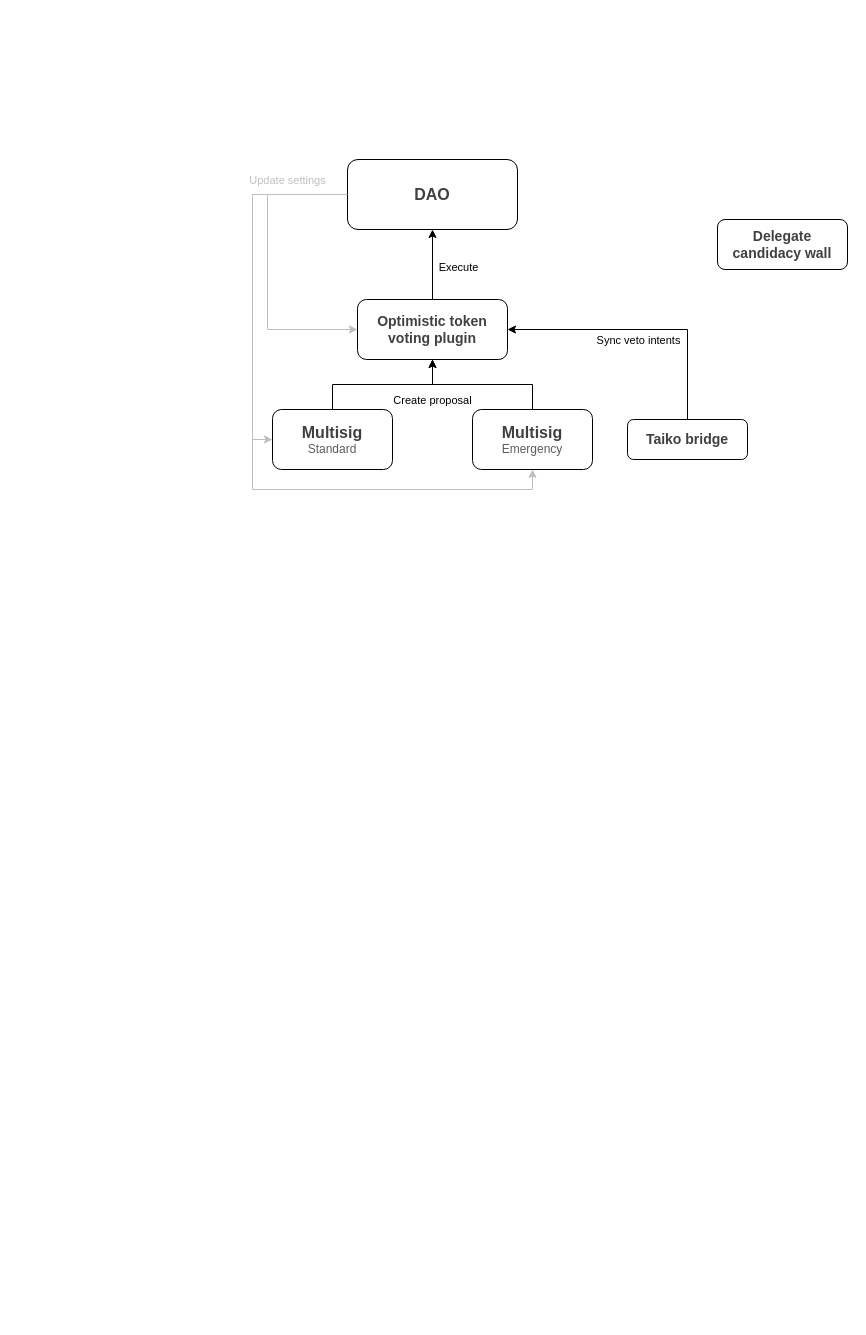
Above: page "General" (1 of 6) of dao-flows.drawio in aragon/taiko-contracts (draw.io), before the change. Source tidied: cells renumbered, new cells numbered last; positions are measured from the earlier drawing's top-left corner, leaving out a move shared by most shapes. Both pictures are drawn from the tidied source at 100%, with x=0, y=0 at pixel (252, 159).
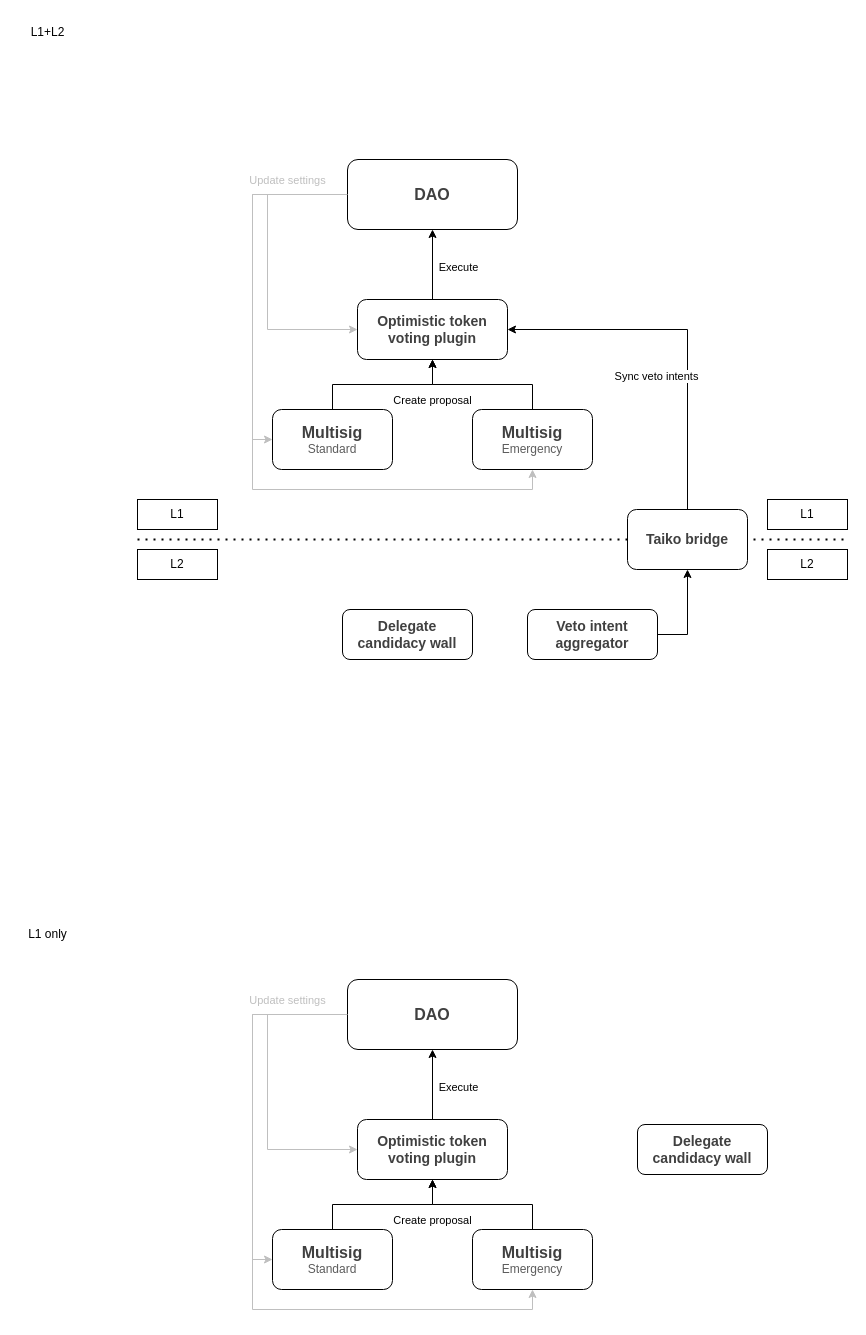
The same diagram, later.

The edit, as a diff of the source:
```diff
@@
-    <mxCell id="16" value="&lt;font size=&quot;1&quot; color=&quot;#404040&quot; style=&quot;&quot;&gt;&lt;b style=&quot;font-size: 14px;&quot;&gt;Taiko bridge&lt;/b&gt;&lt;/font&gt;" style="rounded=1;whiteSpace=wrap;html=1;" parent="1" vertex="1">
-      <mxGeometry x="375" y="260" width="120" height="40" as="geometry" />
-    </mxCell>
     <mxCell id="17" value="&lt;font size=&quot;1&quot; color=&quot;#404040&quot; style=&quot;&quot;&gt;&lt;b style=&quot;font-size: 14px;&quot;&gt;Delegate candidacy wall&lt;/b&gt;&lt;/font&gt;" style="rounded=1;whiteSpace=wrap;html=1;" parent="1" vertex="1">
-      <mxGeometry x="465" y="60" width="130" height="50" as="geometry" />
+      <mxGeometry x="90" y="450" width="130" height="50" as="geometry" />
     </mxCell>
@@
+    <mxCell id="19" style="edgeStyle=orthogonalEdgeStyle;rounded=0;jettySize=auto;html=1;entryX=0.5;entryY=1;entryDx=0;entryDy=0;" parent="1" edge="1" source="20" target="16">
+      <mxGeometry relative="1" as="geometry">
+        <Array as="points">
+          <mxPoint x="435" y="475" />
+        </Array>
+      </mxGeometry>
+    </mxCell>
+    <mxCell id="20" value="&lt;font size=&quot;1&quot; color=&quot;#404040&quot; style=&quot;&quot;&gt;&lt;b style=&quot;font-size: 14px;&quot;&gt;Veto intent aggregator&lt;/b&gt;&lt;/font&gt;" style="rounded=1;whiteSpace=wrap;html=1;" parent="1" vertex="1">
+      <mxGeometry x="275" y="450" width="130" height="50" as="geometry" />
+    </mxCell>
+    <mxCell id="21" style="endArrow=none;dashed=1;html=1;dashPattern=1 3;strokeWidth=2;rounded=0;" parent="1" edge="1">
+      <mxGeometry relative="1" as="geometry">
+        <mxPoint x="-115" y="380" as="sourcePoint" />
+        <mxPoint x="595" y="380" as="targetPoint" />
+      </mxGeometry>
+    </mxCell>
+    <mxCell id="22" value="L1" style="rounded=0;whiteSpace=wrap;html=1;" parent="1" vertex="1">
+      <mxGeometry x="-115" y="340" width="80" height="30" as="geometry" />
+    </mxCell>
+    <mxCell id="23" value="L2" style="rounded=0;whiteSpace=wrap;html=1;" parent="1" vertex="1">
+      <mxGeometry x="-115" y="390" width="80" height="30" as="geometry" />
+    </mxCell>
+    <mxCell id="24" value="L1" style="rounded=0;whiteSpace=wrap;html=1;" parent="1" vertex="1">
+      <mxGeometry x="515" y="340" width="80" height="30" as="geometry" />
+    </mxCell>
+    <mxCell id="25" value="L2" style="rounded=0;whiteSpace=wrap;html=1;" parent="1" vertex="1">
+      <mxGeometry x="515" y="390" width="80" height="30" as="geometry" />
+    </mxCell>
+    <mxCell id="16" value="&lt;font size=&quot;1&quot; color=&quot;#404040&quot; style=&quot;&quot;&gt;&lt;b style=&quot;font-size: 14px;&quot;&gt;Taiko bridge&lt;/b&gt;&lt;/font&gt;" style="rounded=1;whiteSpace=wrap;html=1;" parent="1" vertex="1">
+      <mxGeometry x="375" y="350" width="120" height="60" as="geometry" />
+    </mxCell>
+    <mxCell id="26" style="edgeStyle=orthogonalEdgeStyle;rounded=0;jettySize=auto;html=1;entryX=0;entryY=0.5;entryDx=0;entryDy=0;exitX=0;exitY=0.5;exitDx=0;exitDy=0;strokeColor=#bfbfbf;" parent="1" edge="1" source="29" target="34">
+      <mxGeometry relative="1" as="geometry">
+        <Array as="points">
+          <mxPoint y="855" />
+          <mxPoint y="1100" />
+        </Array>
+      </mxGeometry>
+    </mxCell>
+    <mxCell id="27" style="edgeStyle=orthogonalEdgeStyle;rounded=0;jettySize=auto;html=1;exitX=0;exitY=0.5;exitDx=0;exitDy=0;entryX=0;entryY=0.5;entryDx=0;entryDy=0;strokeColor=#bfbfbf;" parent="1" edge="1" source="29" target="32">
+      <mxGeometry relative="1" as="geometry">
+        <Array as="points">
+          <mxPoint x="15" y="855" />
+          <mxPoint x="15" y="990" />
+        </Array>
+      </mxGeometry>
+    </mxCell>
+    <mxCell id="28" value="&lt;font color=&quot;#bfbfbf&quot;&gt;Update settings&lt;/font&gt;" style="edgeLabel;html=1;align=center;verticalAlign=middle;" parent="27" vertex="1">
+      <mxGeometry x="-0.55" y="-2" relative="1" as="geometry">
+        <mxPoint x="8" y="-13" as="offset" />
+      </mxGeometry>
+    </mxCell>
+    <mxCell id="29" value="&lt;font size=&quot;1&quot; color=&quot;#404040&quot; style=&quot;&quot;&gt;&lt;b style=&quot;font-size: 16px;&quot;&gt;DAO&lt;/b&gt;&lt;/font&gt;" style="rounded=1;whiteSpace=wrap;html=1;" parent="1" vertex="1">
+      <mxGeometry x="95" y="820" width="170" height="70" as="geometry" />
+    </mxCell>
+    <mxCell id="30" style="edgeStyle=orthogonalEdgeStyle;rounded=0;jettySize=auto;html=1;entryX=0.5;entryY=1;entryDx=0;entryDy=0;" parent="1" edge="1" source="32" target="29">
+      <mxGeometry relative="1" as="geometry" />
+    </mxCell>
+    <mxCell id="31" value="Execute" style="edgeLabel;html=1;align=center;verticalAlign=middle;" parent="30" vertex="1">
+      <mxGeometry x="-0.06" y="-1" relative="1" as="geometry">
+        <mxPoint x="24" as="offset" />
+      </mxGeometry>
+    </mxCell>
+    <mxCell id="32" value="&lt;font size=&quot;1&quot; color=&quot;#404040&quot; style=&quot;&quot;&gt;&lt;b style=&quot;font-size: 14px;&quot;&gt;Optimistic token voting plugin&lt;/b&gt;&lt;/font&gt;" style="rounded=1;whiteSpace=wrap;html=1;" parent="1" vertex="1">
+      <mxGeometry x="105" y="960" width="150" height="60" as="geometry" />
+    </mxCell>
+    <mxCell id="33" style="edgeStyle=orthogonalEdgeStyle;rounded=0;jettySize=auto;html=1;exitX=0.5;exitY=0;exitDx=0;exitDy=0;entryX=0.5;entryY=1;entryDx=0;entryDy=0;" parent="1" edge="1" source="34" target="32">
+      <mxGeometry relative="1" as="geometry" />
+    </mxCell>
+    <mxCell id="34" value="&lt;font size=&quot;1&quot; color=&quot;#404040&quot; style=&quot;&quot;&gt;&lt;b style=&quot;font-size: 16px;&quot;&gt;Multisig&lt;/b&gt;&lt;/font&gt;&lt;div&gt;&lt;font color=&quot;#5c5c5c&quot; style=&quot;font-size: 12px;&quot;&gt;Standard&lt;/font&gt;&lt;/div&gt;" style="rounded=1;whiteSpace=wrap;html=1;" parent="1" vertex="1">
+      <mxGeometry x="20" y="1070" width="120" height="60" as="geometry" />
+    </mxCell>
+    <mxCell id="35" style="edgeStyle=orthogonalEdgeStyle;rounded=0;jettySize=auto;html=1;exitX=0.5;exitY=0;exitDx=0;exitDy=0;" parent="1" edge="1" source="37">
+      <mxGeometry relative="1" as="geometry">
+        <mxPoint x="180" y="1019.9" as="targetPoint" />
+        <Array as="points">
+          <mxPoint x="280" y="1045" />
+          <mxPoint x="180" y="1045" />
+        </Array>
+      </mxGeometry>
+    </mxCell>
+    <mxCell id="36" value="Create proposal" style="edgeLabel;html=1;align=center;verticalAlign=middle;" parent="35" vertex="1">
+      <mxGeometry x="0.41" relative="1" as="geometry">
+        <mxPoint x="-20" y="15" as="offset" />
+      </mxGeometry>
+    </mxCell>
+    <mxCell id="37" value="&lt;font size=&quot;1&quot; color=&quot;#404040&quot; style=&quot;&quot;&gt;&lt;b style=&quot;font-size: 16px;&quot;&gt;Multisig&lt;/b&gt;&lt;/font&gt;&lt;div&gt;&lt;font color=&quot;#5c5c5c&quot; style=&quot;font-size: 12px;&quot;&gt;Emergency&lt;/font&gt;&lt;/div&gt;" style="rounded=1;whiteSpace=wrap;html=1;" parent="1" vertex="1">
+      <mxGeometry x="220" y="1070" width="120" height="60" as="geometry" />
+    </mxCell>
+    <mxCell id="38" style="edgeStyle=orthogonalEdgeStyle;rounded=0;jettySize=auto;html=1;entryX=0.5;entryY=1;entryDx=0;entryDy=0;exitX=0;exitY=0.5;exitDx=0;exitDy=0;strokeColor=#bfbfbf;" parent="1" edge="1" target="37">
+      <mxGeometry relative="1" as="geometry">
+        <mxPoint x="95" y="855" as="sourcePoint" />
+        <Array as="points">
+          <mxPoint y="855" />
+          <mxPoint y="1150" />
+          <mxPoint x="280" y="1150" />
+        </Array>
+      </mxGeometry>
+    </mxCell>
+    <mxCell id="39" value="&lt;font size=&quot;1&quot; color=&quot;#404040&quot; style=&quot;&quot;&gt;&lt;b style=&quot;font-size: 14px;&quot;&gt;Delegate candidacy wall&lt;/b&gt;&lt;/font&gt;" style="rounded=1;whiteSpace=wrap;html=1;" parent="1" vertex="1">
+      <mxGeometry x="385" y="965" width="130" height="50" as="geometry" />
+    </mxCell>
+    <mxCell id="40" value="L1+L2" style="text;html=1;align=center;verticalAlign=middle;strokeColor=none;fillColor=none;" parent="1" vertex="1">
+      <mxGeometry x="-235" y="-142" width="60" height="30" as="geometry" />
+    </mxCell>
+    <mxCell id="41" value="L1 only" style="text;html=1;align=center;verticalAlign=middle;strokeColor=none;fillColor=none;" parent="1" vertex="1">
+      <mxGeometry x="-235" y="760" width="60" height="30" as="geometry" />
+    </mxCell>
```
